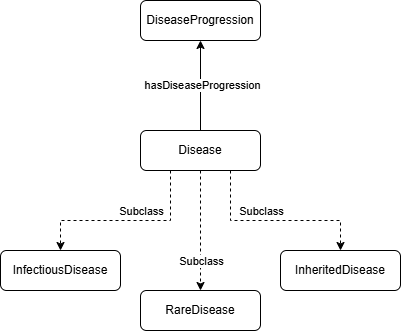
ontologies-ULL/OSDi keeps this draw.io diagram as docs-src/img/osdi_disease.png. Above is the earlier version. Source tidied: cells renumbered, new cells last; positions are measured from the earlier drawing's top-left corner, leaving out a move shared by most shapes. The source it was exported from:
```xml
<mxGraphModel>
  <root>
    <mxCell id="0" />
    <mxCell id="1" parent="0" />
    <mxCell id="2" style="edgeStyle=orthogonalEdgeStyle;rounded=0;jettySize=auto;html=1;exitX=0.5;exitY=0;exitDx=0;exitDy=0;" parent="1" edge="1" source="4" target="14">
      <mxGeometry relative="1" as="geometry" />
    </mxCell>
    <mxCell id="3" value="hasDiseaseProgression" style="edgeLabel;html=1;align=center;verticalAlign=middle;" parent="2" vertex="1">
      <mxGeometry x="0.02" y="-1" relative="1" as="geometry" />
    </mxCell>
    <mxCell id="4" value="Disease" style="rounded=1;whiteSpace=wrap;html=1;" parent="1" vertex="1">
      <mxGeometry x="140" y="130" width="120" height="40" as="geometry" />
    </mxCell>
    <mxCell id="5" value="InfectiousDisease" style="rounded=1;whiteSpace=wrap;html=1;" parent="1" vertex="1">
      <mxGeometry y="250" width="120" height="40" as="geometry" />
    </mxCell>
    <mxCell id="6" value="RareDisease" style="rounded=1;whiteSpace=wrap;html=1;" parent="1" vertex="1">
      <mxGeometry x="140" y="290" width="120" height="40" as="geometry" />
    </mxCell>
    <mxCell id="7" style="edgeStyle=orthogonalEdgeStyle;rounded=0;jettySize=auto;html=1;exitX=0.5;exitY=1;exitDx=0;exitDy=0;entryX=0.5;entryY=0;entryDx=0;entryDy=0;dashed=1;" parent="1" edge="1" source="4" target="6">
      <mxGeometry relative="1" as="geometry" />
    </mxCell>
    <mxCell id="8" value="Subclass" style="edgeLabel;html=1;align=center;verticalAlign=middle;" parent="7" vertex="1">
      <mxGeometry x="-0.75" y="1" relative="1" as="geometry">
        <mxPoint x="-1" y="75" as="offset" />
      </mxGeometry>
    </mxCell>
    <mxCell id="9" value="InheritedDisease" style="rounded=1;whiteSpace=wrap;html=1;" parent="1" vertex="1">
      <mxGeometry x="280" y="250" width="120" height="40" as="geometry" />
    </mxCell>
    <mxCell id="10" style="edgeStyle=orthogonalEdgeStyle;rounded=0;jettySize=auto;html=1;exitX=0.25;exitY=1;exitDx=0;exitDy=0;entryX=0.5;entryY=0;entryDx=0;entryDy=0;dashed=1;" parent="1" edge="1" source="4" target="5">
      <mxGeometry relative="1" as="geometry">
        <Array as="points">
          <mxPoint x="170" y="220" />
          <mxPoint x="60" y="220" />
        </Array>
      </mxGeometry>
    </mxCell>
    <mxCell id="11" value="Subclass" style="edgeLabel;html=1;align=center;verticalAlign=middle;" parent="10" vertex="1">
      <mxGeometry x="-0.75" y="1" relative="1" as="geometry">
        <mxPoint x="-31" y="17" as="offset" />
      </mxGeometry>
    </mxCell>
    <mxCell id="12" style="edgeStyle=orthogonalEdgeStyle;rounded=0;jettySize=auto;html=1;dashed=1;exitX=0.75;exitY=1;exitDx=0;exitDy=0;entryX=0.5;entryY=0;entryDx=0;entryDy=0;" parent="1" edge="1" source="4" target="9">
      <mxGeometry relative="1" as="geometry">
        <Array as="points">
          <mxPoint x="230" y="220" />
          <mxPoint x="340" y="220" />
        </Array>
      </mxGeometry>
    </mxCell>
    <mxCell id="13" value="Subclass" style="edgeLabel;html=1;align=center;verticalAlign=middle;" parent="12" vertex="1">
      <mxGeometry x="-0.75" y="1" relative="1" as="geometry">
        <mxPoint x="29" y="17" as="offset" />
      </mxGeometry>
    </mxCell>
    <mxCell id="14" value="DiseaseProgression" style="rounded=1;whiteSpace=wrap;html=1;" parent="1" vertex="1">
      <mxGeometry x="140" width="120" height="40" as="geometry" />
    </mxCell>
  </root>
</mxGraphModel>
```
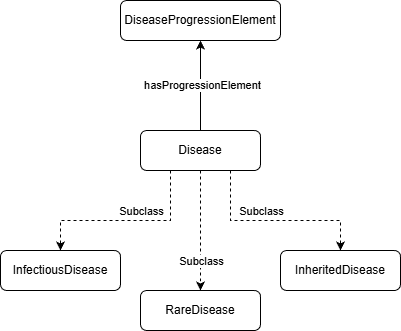
After the commit.

Diff of the diagram source:
```diff
@@ -5,7 +5,7 @@
     <mxCell id="2" style="edgeStyle=orthogonalEdgeStyle;rounded=0;jettySize=auto;html=1;exitX=0.5;exitY=0;exitDx=0;exitDy=0;" parent="1" edge="1" source="4" target="14">
       <mxGeometry relative="1" as="geometry" />
     </mxCell>
-    <mxCell id="3" value="hasDiseaseProgression" style="edgeLabel;html=1;align=center;verticalAlign=middle;" parent="2" vertex="1">
+    <mxCell id="3" value="hasProgressionElement" style="edgeLabel;html=1;align=center;verticalAlign=middle;" parent="2" vertex="1">
       <mxGeometry x="0.02" y="-1" relative="1" as="geometry" />
     </mxCell>
     <mxCell id="4" value="Disease" style="rounded=1;whiteSpace=wrap;html=1;" parent="1" vertex="1">
@@ -54,8 +54,8 @@
         <mxPoint x="29" y="17" as="offset" />
       </mxGeometry>
     </mxCell>
-    <mxCell id="14" value="DiseaseProgression" style="rounded=1;whiteSpace=wrap;html=1;" parent="1" vertex="1">
-      <mxGeometry x="140" width="120" height="40" as="geometry" />
+    <mxCell id="14" value="DiseaseProgressionElement" style="rounded=1;whiteSpace=wrap;html=1;" parent="1" vertex="1">
+      <mxGeometry x="120" width="160" height="40" as="geometry" />
     </mxCell>
   </root>
 </mxGraphModel>
```
